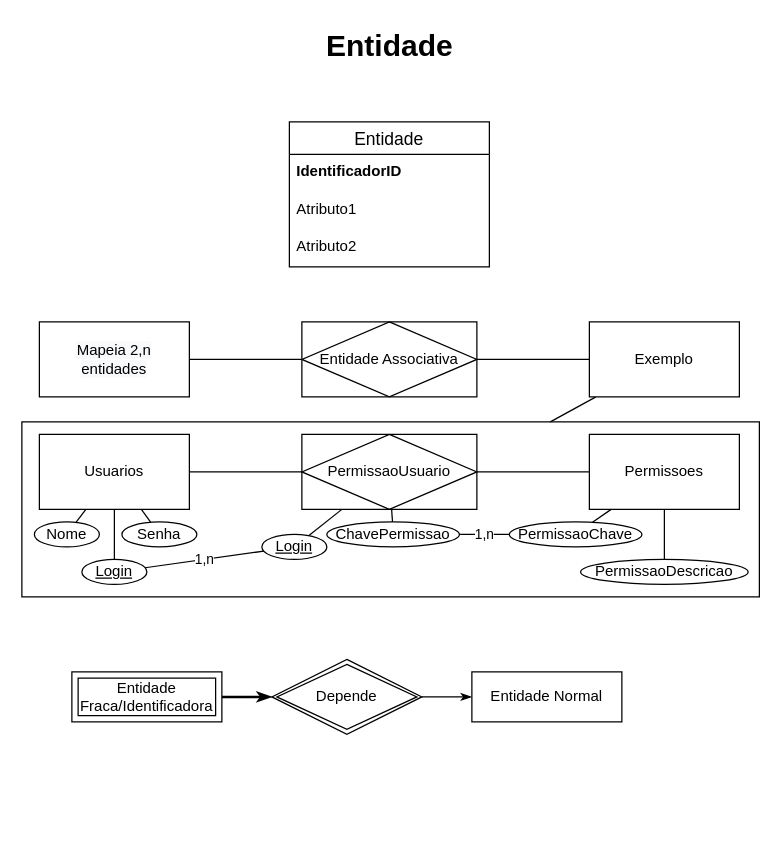
Earlier version of the draw.io diagram teoria/entidade.drawio (yxuo/BD_1). Source tidied: cells renumbered, new cells numbered last; positions are measured from the earlier drawing's top-left corner, leaving out a move shared by most shapes. Both pictures are drawn from the tidied source at 125%, with x=0, y=0 at pixel (21, 21).
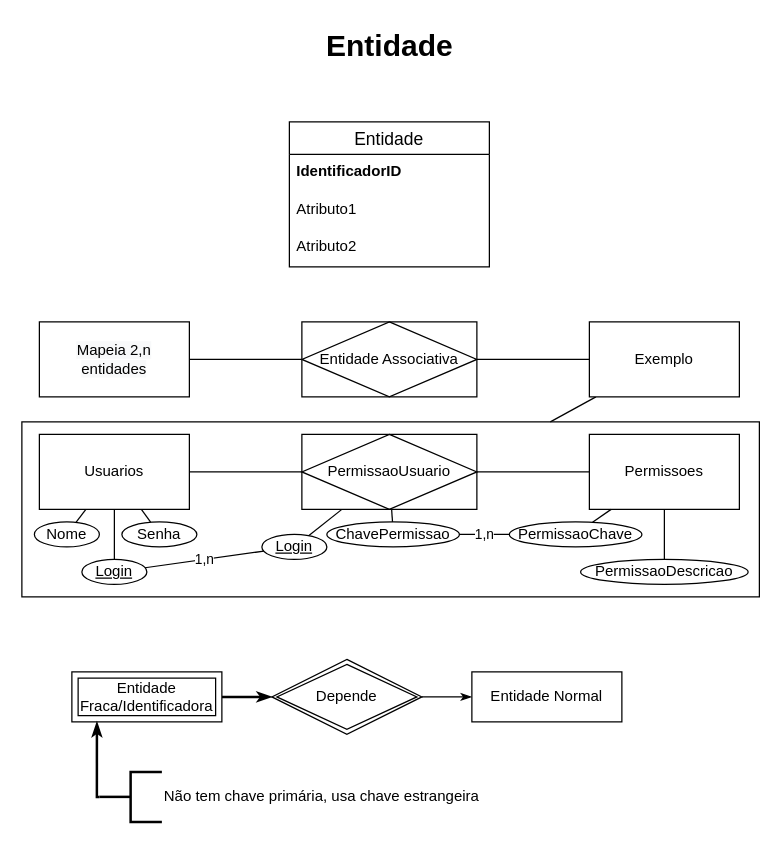
Above is the later version.

Unchanged cells that the change refers to:
```xml
<mxCell id="36" value="Entidade Fraca/Identificadora" style="shape=ext;margin=3;double=1;whiteSpace=wrap;html=1;align=center;" parent="1" vertex="1">
  <mxGeometry x="40" y="520" width="120" height="40" as="geometry" />
</mxCell>
```

Change to the diagram source:
```diff
@@
+    <mxCell id="40" style="edgeStyle=orthogonalEdgeStyle;rounded=0;jettySize=auto;html=1;startArrow=none;startFill=0;endArrow=classicThin;endFill=1;strokeWidth=2;entryX=0.167;entryY=1;entryDx=0;entryDy=0;entryPerimeter=0;" parent="1" edge="1" source="41" target="36">
+      <mxGeometry relative="1" as="geometry">
+        <Array as="points">
+          <mxPoint x="60" y="620" />
+        </Array>
+      </mxGeometry>
+    </mxCell>
+    <mxCell id="41" value="Não tem chave primária, usa chave estrangeira" style="strokeWidth=2;html=1;shape=mxgraph.flowchart.annotation_2;align=left;labelPosition=right;" parent="1" vertex="1">
+      <mxGeometry x="62" y="600" width="50" height="40" as="geometry" />
+    </mxCell>
```
